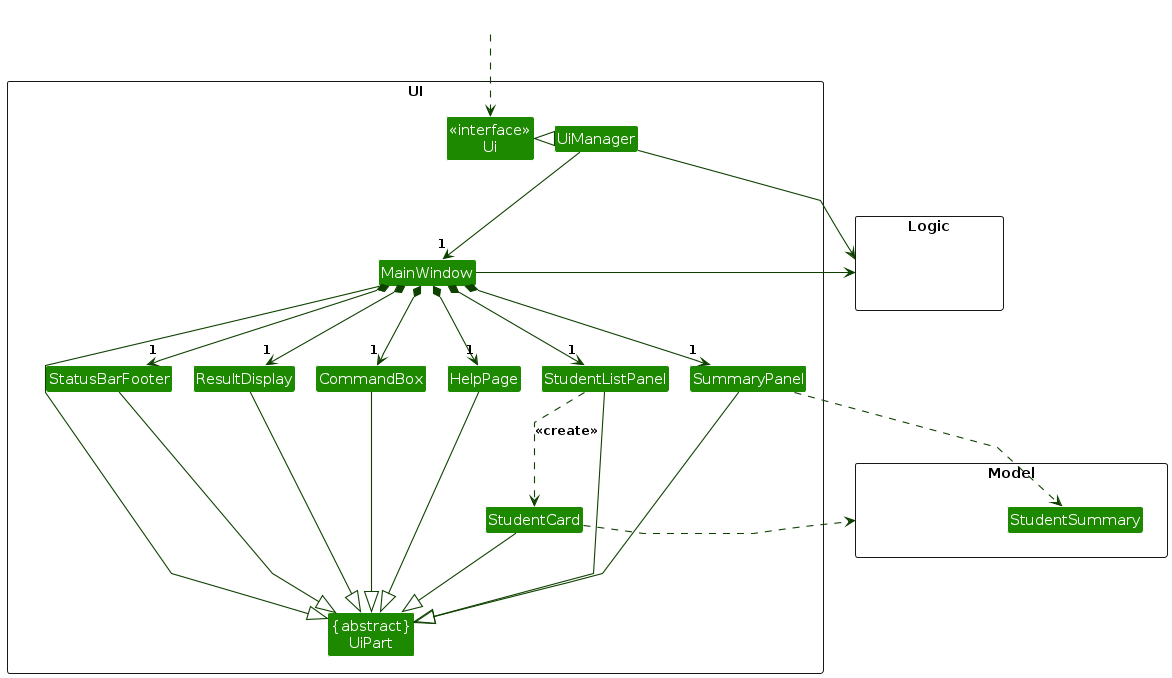
This is diagrams/UiClassDiagram.png from AY2627S1-CS2103T-T16-1/tp, a PlantUML export, as it was before one commit. Its source is kept beside it as diagrams/UiClassDiagram.puml.
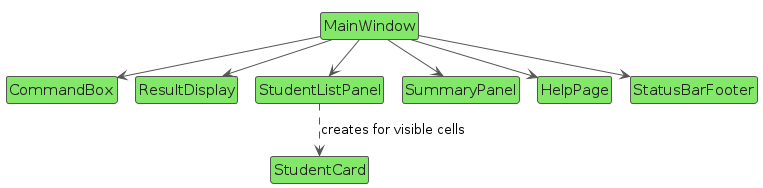
Later version of the same file.

Change to the diagram source:
```diff
@@ -1,68 +1,33 @@
 @startuml
 !include style.puml
-skinparam linetype polyline
-skinparam nodesep 20
-skinparam arrowThickness 1.1
-skinparam arrowColor UI_COLOR_T4
-skinparam classBackgroundColor UI_COLOR
+!pragma layout smetana
+skinparam classBackgroundColor UI_COLOR_T1
+skinparam classFontColor #222222
+skinparam classBorderColor #555555
+skinparam arrowColor #555555
+skinparam ArrowFontStyle plain
+skinparam nodesep 25
+skinparam ranksep 35
 
-package UI <<Rectangle>>{
-Class "<<interface>>\nUi" as Ui
-Class "{abstract}\nUiPart" as UiPart
-Class UiManager
-Class MainWindow
-Class HelpPage
-Class ResultDisplay
-Class StudentListPanel
-Class StudentCard
-Class SummaryPanel
-Class StatusBarFooter
-Class CommandBox
-}
+class MainWindow
+class CommandBox
+class ResultDisplay
+class StudentListPanel
+class StudentCard
+class SummaryPanel
+class HelpPage
+class StatusBarFooter
 
-package Model <<Rectangle>> {
-Class StudentSummary
-Class HiddenModel #FFFFFF
-}
+MainWindow --> CommandBox
+MainWindow --> ResultDisplay
+MainWindow --> StudentListPanel
+MainWindow --> SummaryPanel
+MainWindow --> HelpPage
+MainWindow --> StatusBarFooter
+StudentListPanel ..> StudentCard : creates for visible cells
 
-package Logic <<Rectangle>> {
-Class HiddenLogic #FFFFFF
-}
-
-Class HiddenOutside #FFFFFF
-HiddenOutside ..> Ui
-
-UiManager .left.|> Ui
-UiManager -down-> "\n1" MainWindow
-MainWindow *-down->  "\n1" CommandBox
-MainWindow *-down-> "\n1" ResultDisplay
-MainWindow *-down-> "\n1" HelpPage
-MainWindow *-down-> "\n1" StudentListPanel
-MainWindow *-down-> "\n1" SummaryPanel
-MainWindow *-down-> "\n1" StatusBarFooter
-
-StudentListPanel .down.> StudentCard : <<create>>
-
-MainWindow -left-|> UiPart
-
-HelpPage --|> UiPart
-ResultDisplay --|> UiPart
-CommandBox --|> UiPart
-StudentListPanel --|> UiPart
-StudentCard --|> UiPart
-StatusBarFooter --|> UiPart
-SummaryPanel --|> UiPart
-
-StudentCard .right.> Model
-SummaryPanel .right.> StudentSummary
-UiManager -right-> Logic
-MainWindow -left-> Logic
-
-StatusBarFooter -[hidden]right- ResultDisplay
-ResultDisplay -[hidden]right- CommandBox
-CommandBox -[hidden]right- HelpPage
-HelpPage -[hidden]right- SummaryPanel
-SummaryPanel -[hidden]right- StudentListPanel
-
-MainWindow -[hidden]-|> UiPart
+CommandBox -[hidden]right-> ResultDisplay
+ResultDisplay -[hidden]right-> StudentListPanel
+SummaryPanel -[hidden]right-> HelpPage
+HelpPage -[hidden]right-> StatusBarFooter
 @enduml
```
